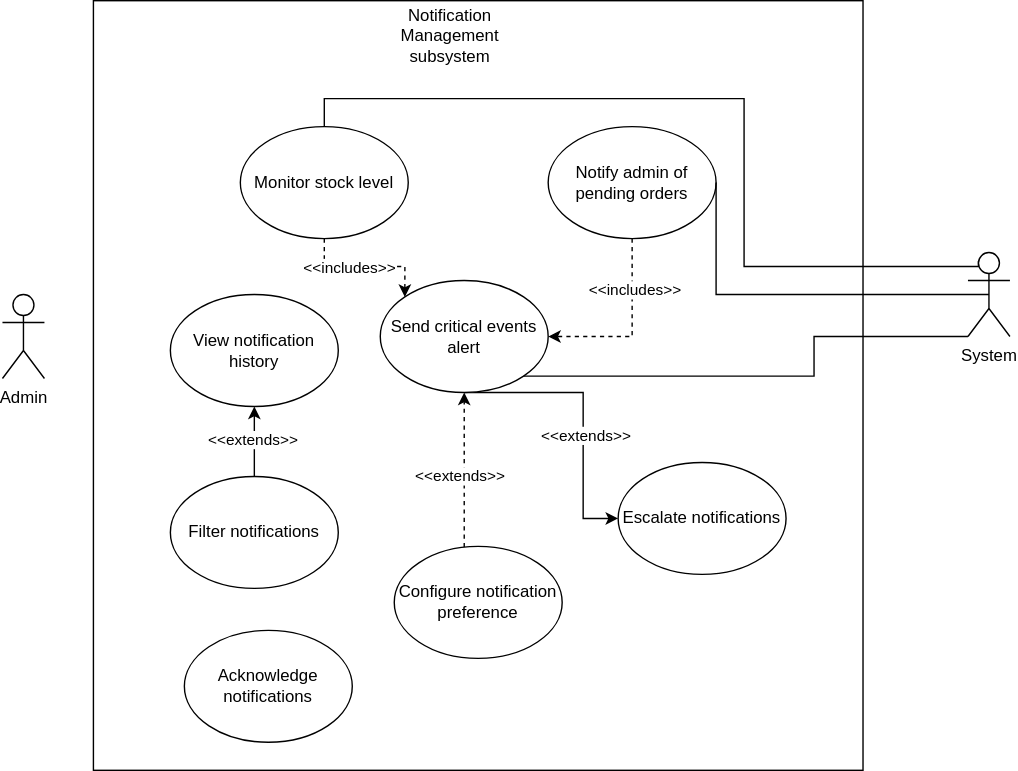
Above: usecase1.svg in Simamkele88/IFM3_GP (draw.io), before the change. Source tidied: cells renumbered, new cells last; positions are measured from the earlier drawing's top-left corner, leaving out a move shared by most shapes.
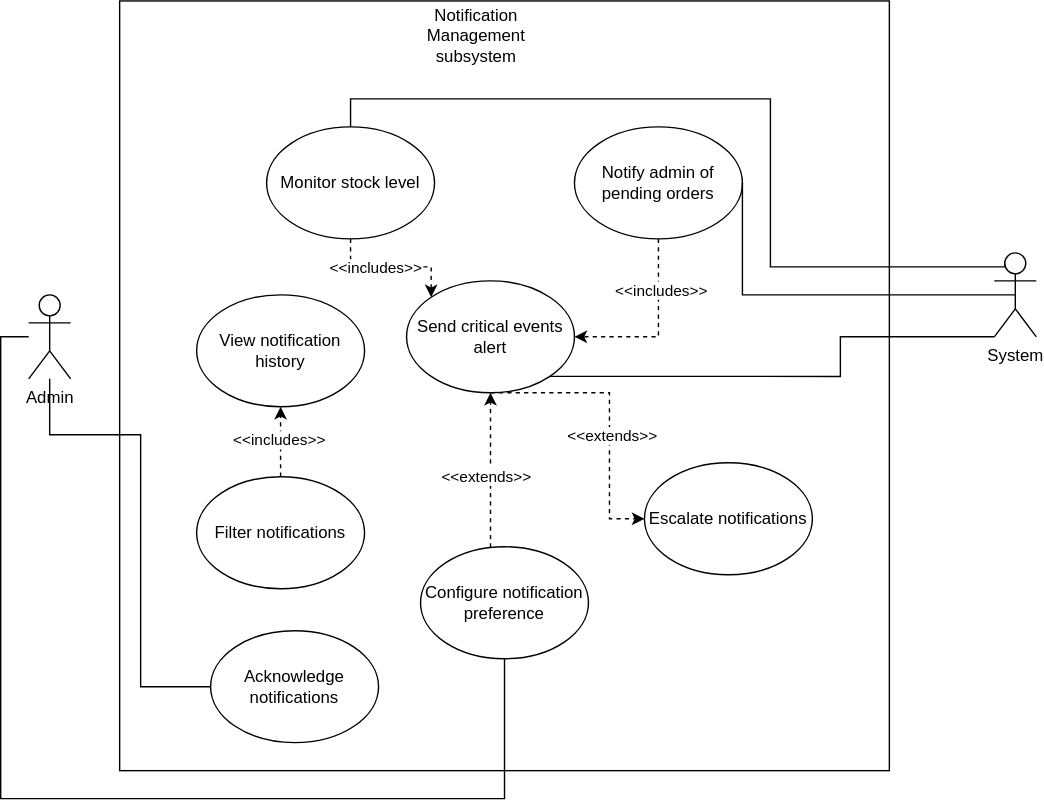
The same file after the commit.

Change to the diagram source:
```diff
@@ -5,6 +5,24 @@
     <mxCell id="2" style="whiteSpace=wrap;html=1;" parent="1" vertex="1">
       <mxGeometry x="65" width="550" height="550" as="geometry" />
     </mxCell>
+    <mxCell id="27" style="edgeStyle=orthogonalEdgeStyle;rounded=0;jettySize=auto;html=1;entryX=0;entryY=0.5;entryDx=0;entryDy=0;endArrow=none;startFill=0;" parent="1" edge="1" source="3" target="22">
+      <mxGeometry relative="1" as="geometry">
+        <Array as="points">
+          <mxPoint x="15" y="310" />
+          <mxPoint x="80" y="310" />
+          <mxPoint x="80" y="490" />
+        </Array>
+      </mxGeometry>
+    </mxCell>
+    <mxCell id="28" style="edgeStyle=orthogonalEdgeStyle;rounded=0;jettySize=auto;html=1;entryX=0.5;entryY=1;entryDx=0;entryDy=0;endArrow=none;startFill=0;" parent="1" edge="1" source="3" target="11">
+      <mxGeometry relative="1" as="geometry">
+        <Array as="points">
+          <mxPoint x="-20" y="240" />
+          <mxPoint x="-20" y="570" />
+          <mxPoint x="340" y="570" />
+        </Array>
+      </mxGeometry>
+    </mxCell>
     <mxCell id="3" value="Admin" style="shape=umlActor;verticalLabelPosition=bottom;verticalAlign=top;html=1;outlineConnect=0;" parent="1" vertex="1">
       <mxGeometry y="210" width="30" height="60" as="geometry" />
     </mxCell>
@@ -42,7 +60,7 @@
     <mxCell id="12" value="View notification history" style="ellipse;whiteSpace=wrap;html=1;" parent="1" vertex="1">
       <mxGeometry x="120" y="210" width="120" height="80" as="geometry" />
     </mxCell>
-    <mxCell id="13" style="edgeStyle=orthogonalEdgeStyle;rounded=0;jettySize=auto;html=1;entryX=0;entryY=0.5;entryDx=0;entryDy=0;" parent="1" edge="1" source="15" target="23">
+    <mxCell id="13" style="edgeStyle=orthogonalEdgeStyle;rounded=0;jettySize=auto;html=1;entryX=0;entryY=0.5;entryDx=0;entryDy=0;dashed=1;" parent="1" edge="1" source="15" target="23">
       <mxGeometry relative="1" as="geometry">
         <Array as="points">
           <mxPoint x="415" y="280" />
@@ -101,10 +119,10 @@
     <mxCell id="23" value="Escalate notifications" style="ellipse;whiteSpace=wrap;html=1;" parent="1" vertex="1">
       <mxGeometry x="440" y="330" width="120" height="80" as="geometry" />
     </mxCell>
-    <mxCell id="24" style="edgeStyle=orthogonalEdgeStyle;rounded=0;jettySize=auto;html=1;exitX=0.5;exitY=0;exitDx=0;exitDy=0;entryX=0.5;entryY=1;entryDx=0;entryDy=0;" parent="1" edge="1" source="26" target="12">
+    <mxCell id="24" style="edgeStyle=orthogonalEdgeStyle;rounded=0;jettySize=auto;html=1;exitX=0.5;exitY=0;exitDx=0;exitDy=0;entryX=0.5;entryY=1;entryDx=0;entryDy=0;dashed=1;" parent="1" edge="1" source="26" target="12">
       <mxGeometry relative="1" as="geometry" />
     </mxCell>
-    <mxCell id="25" value="&amp;lt;&amp;lt;extends&amp;gt;&amp;gt;" style="edgeLabel;html=1;align=center;verticalAlign=middle;" parent="24" vertex="1">
+    <mxCell id="25" value="&amp;lt;&amp;lt;includes&amp;gt;&amp;gt;" style="edgeLabel;html=1;align=center;verticalAlign=middle;" parent="24" vertex="1">
       <mxGeometry x="0.08" y="2" relative="1" as="geometry" />
     </mxCell>
     <mxCell id="26" value="Filter notifications" style="ellipse;whiteSpace=wrap;html=1;" parent="1" vertex="1">
```
